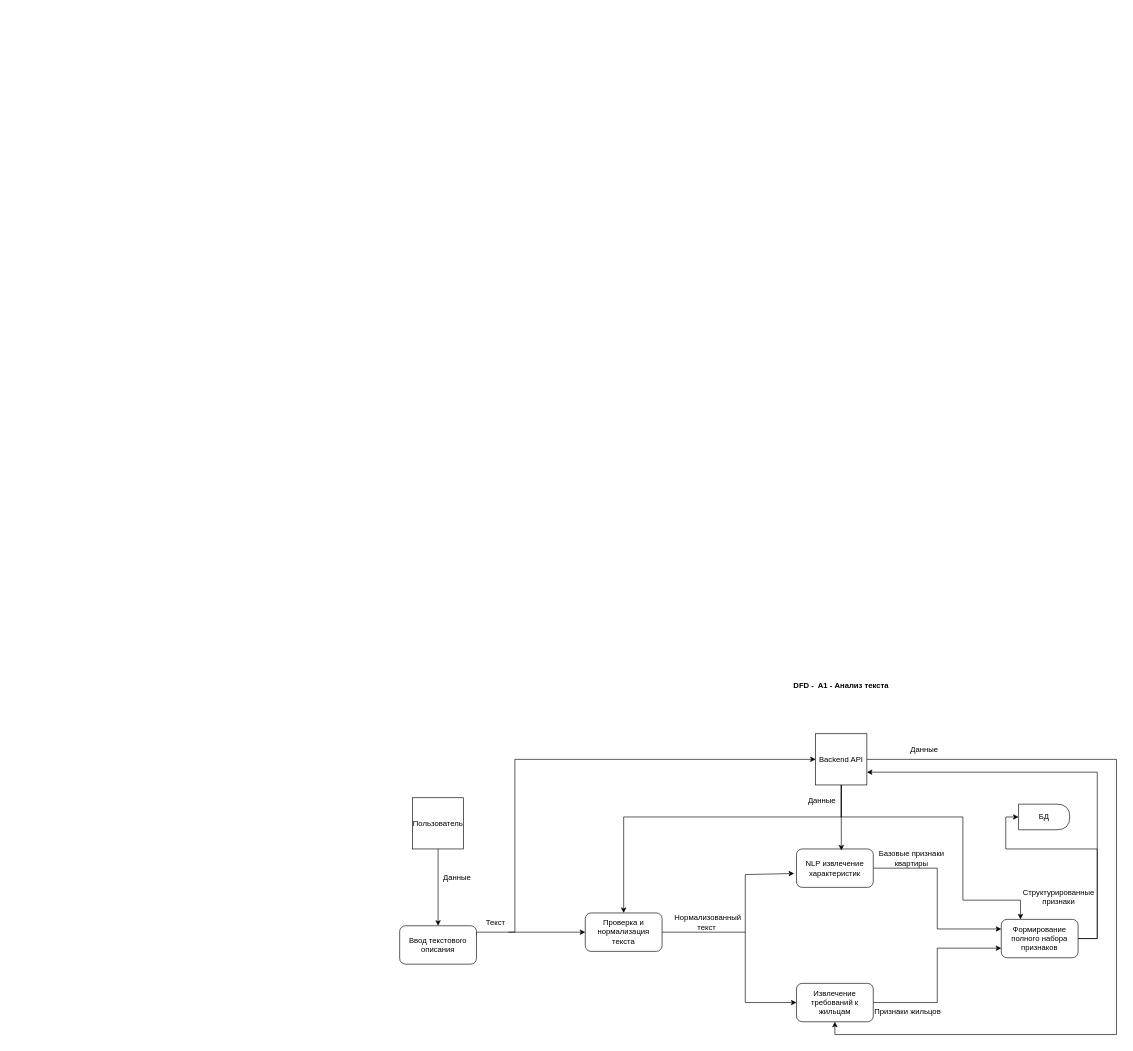
Above: src/diagrams/DFD/DFD_F1.drawio in HeadMaxResh/system-engineering-playbook (draw.io), before the change. Source tidied: cells renumbered, new cells numbered last; positions are measured from the earlier drawing's top-left corner, leaving out a move shared by most shapes. Both pictures are drawn from the tidied source at 64%, with x=0, y=0 at pixel (399, 676).
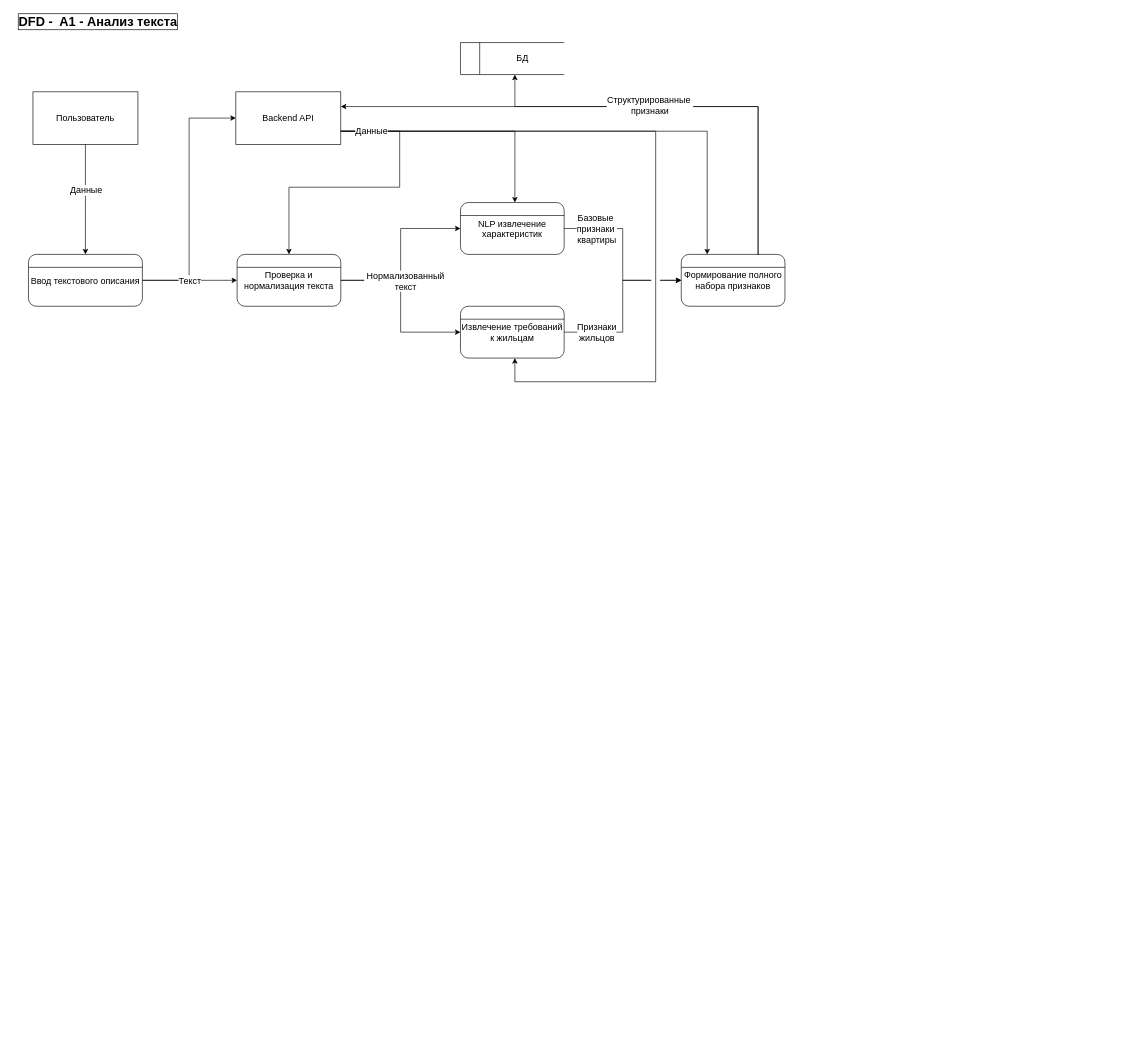
The same diagram, later.

Diff of the diagram source:
```diff
@@
+    <mxCell id="22" style="edgeStyle=orthogonalEdgeStyle;rounded=0;jettySize=auto;html=1;entryX=0;entryY=0.5;entryDx=0;entryDy=0;" parent="1" edge="1" source="23" target="20">
+      <mxGeometry relative="1" as="geometry" />
+    </mxCell>
+    <mxCell id="34" style="edgeStyle=orthogonalEdgeStyle;rounded=0;jettySize=auto;html=1;exitX=1;exitY=0.5;exitDx=0;exitDy=0;entryX=0;entryY=0.5;entryDx=0;entryDy=0;fontSize=14;" parent="1" edge="1" source="23" target="2">
+      <mxGeometry relative="1" as="geometry" />
+    </mxCell>
+    <mxCell id="26" value="Текст" style="edgeLabel;html=1;align=center;verticalAlign=middle;fontSize=14;" parent="34" vertex="1">
+      <mxGeometry x="-0.22" relative="1" as="geometry">
+        <mxPoint x="15" as="offset" />
+      </mxGeometry>
+    </mxCell>
+    <mxCell id="23" value="&lt;font style=&quot;font-size: 14px;&quot;&gt;Ввод текстового описания&lt;/font&gt;" style="rounded=1;whiteSpace=wrap;html=1;fillColor=none;fontSize=14;" parent="1" vertex="1">
+      <mxGeometry x="-580" y="-659" width="178" height="81" as="geometry" />
+    </mxCell>
+    <mxCell id="35" style="edgeStyle=orthogonalEdgeStyle;rounded=0;jettySize=auto;html=1;" parent="1" edge="1" source="2" target="4">
+      <mxGeometry relative="1" as="geometry" />
+    </mxCell>
+    <mxCell id="36" style="edgeStyle=orthogonalEdgeStyle;rounded=0;jettySize=auto;html=1;" parent="1" edge="1" source="2" target="10">
+      <mxGeometry relative="1" as="geometry" />
+    </mxCell>
+    <mxCell id="11" value="&lt;font style=&quot;font-size: 14px;&quot;&gt;&amp;nbsp;Нормализованный&amp;nbsp;&lt;/font&gt;&lt;div&gt;&lt;font style=&quot;font-size: 14px;&quot;&gt;текст&lt;/font&gt;&lt;/div&gt;" style="edgeLabel;html=1;align=center;verticalAlign=middle;" parent="36" vertex="1">
+      <mxGeometry x="-0.1" relative="1" as="geometry">
+        <mxPoint x="7" y="-27" as="offset" />
+      </mxGeometry>
+    </mxCell>
-    <mxCell id="2" value="Проверка и нормализация текста" style="rounded=1;whiteSpace=wrap;html=1;" parent="1" vertex="1">
-      <mxGeometry x="290" y="370" width="120" height="60" as="geometry" />
+    <mxCell id="2" value="Проверка и нормализация текста" style="rounded=1;whiteSpace=wrap;html=1;fillColor=none;fontSize=14;" parent="1" vertex="1">
+      <mxGeometry x="-254" y="-659" width="162" height="81" as="geometry" />
     </mxCell>
+    <mxCell id="13" style="edgeStyle=orthogonalEdgeStyle;rounded=0;jettySize=auto;html=1;" parent="1" edge="1" source="14" target="20">
+      <mxGeometry relative="1" as="geometry">
+        <Array as="points">
+          <mxPoint x="560" y="-890" />
+        </Array>
+      </mxGeometry>
+    </mxCell>
+    <mxCell id="12" style="edgeStyle=orthogonalEdgeStyle;rounded=0;jettySize=auto;html=1;exitX=0.75;exitY=0;exitDx=0;exitDy=0;" parent="1" edge="1" source="14" target="31">
+      <mxGeometry relative="1" as="geometry">
+        <Array as="points">
+          <mxPoint x="560" y="-659" />
+          <mxPoint x="560" y="-890" />
+          <mxPoint x="180" y="-890" />
+        </Array>
+      </mxGeometry>
+    </mxCell>
+    <mxCell id="32" value="&lt;font style=&quot;font-size: 14px;&quot;&gt;Структурированные&amp;nbsp;&lt;/font&gt;&lt;div&gt;&lt;font style=&quot;font-size: 14px;&quot;&gt;признаки&lt;/font&gt;&lt;/div&gt;" style="edgeLabel;html=1;align=center;verticalAlign=middle;" parent="12" vertex="1">
+      <mxGeometry x="-0.63" y="3" relative="1" as="geometry">
+        <mxPoint x="-167" y="-112" as="offset" />
+      </mxGeometry>
+    </mxCell>
+    <mxCell id="14" value="Формирование полного набора признаков" style="rounded=1;whiteSpace=wrap;html=1;fillColor=none;fontSize=14;" parent="1" vertex="1">
+      <mxGeometry x="440" y="-659" width="162" height="81" as="geometry" />
+    </mxCell>
+    <mxCell id="33" value="DFD -&amp;nbsp; A1 - Анализ текста" style="text;html=1;strokeColor=none;fillColor=none;align=center;verticalAlign=middle;whiteSpace=wrap;rounded=0;fontSize=20;fontStyle=1;labelBackgroundColor=none;labelBorderColor=default;spacingTop=1;" parent="1" vertex="1">
+      <mxGeometry x="-607" y="-1039" width="272" height="30" as="geometry" />
+    </mxCell>
+    <mxCell id="37" style="endArrow=none;html=1;rounded=0;fontSize=14;" parent="1" edge="1">
+      <mxGeometry relative="1" as="geometry">
+        <mxPoint x="95" y="-940" as="sourcePoint" />
+        <mxPoint x="95" y="-990" as="targetPoint" />
+      </mxGeometry>
+    </mxCell>
+    <mxCell id="38" style="endArrow=none;html=1;rounded=0;entryX=1;entryY=1;entryDx=0;entryDy=0;fontSize=14;" parent="1" edge="1" target="31">
+      <mxGeometry relative="1" as="geometry">
+        <mxPoint x="95" y="-940" as="sourcePoint" />
+      </mxGeometry>
+    </mxCell>
+    <mxCell id="39" style="endArrow=none;html=1;rounded=0;fontSize=14;" parent="1" edge="1">
+      <mxGeometry relative="1" as="geometry">
+        <mxPoint x="95" y="-990" as="sourcePoint" />
+        <mxPoint x="257" y="-990" as="targetPoint" />
+      </mxGeometry>
+    </mxCell>
+    <mxCell id="31" value="БД" style="text;html=1;strokeColor=none;fillColor=none;align=center;verticalAlign=middle;whiteSpace=wrap;rounded=0;fontSize=14;" parent="1" vertex="1">
+      <mxGeometry x="127" y="-990" width="130" height="50" as="geometry" />
+    </mxCell>
+    <mxCell id="40" style="endArrow=none;html=1;rounded=0;exitX=0;exitY=0.25;exitDx=0;exitDy=0;entryX=1;entryY=0.25;entryDx=0;entryDy=0;fontSize=14;" parent="1" edge="1" source="23" target="23">
+      <mxGeometry relative="1" as="geometry" />
+    </mxCell>
+    <mxCell id="41" style="endArrow=none;html=1;rounded=0;exitX=0;exitY=0.25;exitDx=0;exitDy=0;entryX=1;entryY=0.25;entryDx=0;entryDy=0;fontSize=14;" parent="1" edge="1" source="2" target="2">
+      <mxGeometry relative="1" as="geometry" />
+    </mxCell>
+    <mxCell id="42" style="endArrow=none;html=1;rounded=0;exitX=0;exitY=0.25;exitDx=0;exitDy=0;entryX=1;entryY=0.25;entryDx=0;entryDy=0;fontSize=14;" parent="1" edge="1" source="14" target="14">
+      <mxGeometry relative="1" as="geometry" />
+    </mxCell>
+    <mxCell id="43" style="edgeStyle=orthogonalEdgeStyle;rounded=0;jettySize=auto;html=1;entryX=0.5;entryY=0;entryDx=0;entryDy=0;exitX=0.5;exitY=1;exitDx=0;exitDy=0;fontSize=14;" parent="1" edge="1" source="21" target="23">
+      <mxGeometry relative="1" as="geometry">
+        <Array as="points">
+          <mxPoint x="-491" y="-720" />
+          <mxPoint x="-491" y="-720" />
+        </Array>
+      </mxGeometry>
+    </mxCell>
+    <mxCell id="21" value="Пользователь" style="rounded=0;whiteSpace=wrap;html=1;labelBackgroundColor=none;fillColor=none;fontSize=14;" parent="1" vertex="1">
+      <mxGeometry x="-573" y="-913" width="164" height="82" as="geometry" />
+    </mxCell>
+    <mxCell id="44" value="Данные" style="edgeLabel;html=1;align=center;verticalAlign=middle;fontSize=14;" parent="1" vertex="1">
+      <mxGeometry x="-491" y="-760" as="geometry" />
+    </mxCell>
+    <mxCell id="45" style="endArrow=none;html=1;rounded=0;fontSize=14;" parent="1" edge="1">
+      <mxGeometry relative="1" as="geometry">
+        <mxPoint x="125" y="-940" as="sourcePoint" />
+        <mxPoint x="125" y="-990" as="targetPoint" />
+      </mxGeometry>
+    </mxCell>
+    <mxCell id="28" style="edgeStyle=orthogonalEdgeStyle;rounded=0;jettySize=auto;html=1;exitX=1;exitY=0.75;exitDx=0;exitDy=0;" parent="1" edge="1" source="20" target="4">
+      <mxGeometry relative="1" as="geometry">
+        <Array as="points">
+          <mxPoint x="180" y="-851" />
+        </Array>
+      </mxGeometry>
+    </mxCell>
+    <mxCell id="19" style="edgeStyle=orthogonalEdgeStyle;rounded=0;jettySize=auto;html=1;exitX=1;exitY=0.75;exitDx=0;exitDy=0;entryX=0.25;entryY=0;entryDx=0;entryDy=0;" parent="1" edge="1" source="20" target="14">
+      <mxGeometry relative="1" as="geometry" />
+    </mxCell>
+    <mxCell id="18" style="edgeStyle=orthogonalEdgeStyle;rounded=0;jettySize=auto;html=1;exitX=1;exitY=0.75;exitDx=0;exitDy=0;jumpStyle=gap;jumpSize=14;" parent="1" edge="1" source="20" target="10">
+      <mxGeometry relative="1" as="geometry">
+        <Array as="points">
+          <mxPoint x="400" y="-851" />
+          <mxPoint x="400" y="-460" />
+          <mxPoint x="180" y="-460" />
+        </Array>
+      </mxGeometry>
+    </mxCell>
+    <mxCell id="17" style="edgeStyle=orthogonalEdgeStyle;rounded=0;jettySize=auto;html=1;exitX=1;exitY=0.75;exitDx=0;exitDy=0;entryX=0.5;entryY=0;entryDx=0;entryDy=0;" parent="1" edge="1" source="20" target="2">
+      <mxGeometry relative="1" as="geometry">
+        <Array as="points">
+          <mxPoint y="-851" />
+          <mxPoint y="-764" />
+          <mxPoint x="-173" y="-764" />
+        </Array>
+      </mxGeometry>
+    </mxCell>
+    <mxCell id="46" value="&lt;font style=&quot;font-size: 14px;&quot;&gt;Данные&lt;/font&gt;" style="edgeLabel;html=1;align=center;verticalAlign=middle;" parent="17" vertex="1">
+      <mxGeometry x="-0.82" y="1" relative="1" as="geometry">
+        <mxPoint x="6" as="offset" />
+      </mxGeometry>
+    </mxCell>
+    <mxCell id="20" value="Backend API" style="rounded=0;whiteSpace=wrap;html=1;labelBackgroundColor=none;fillColor=none;fontSize=14;" parent="1" vertex="1">
+      <mxGeometry x="-256" y="-913" width="164" height="82" as="geometry" />
+    </mxCell>
-    <mxCell id="3" style="edgeStyle=orthogonalEdgeStyle;rounded=0;jettySize=auto;html=1;exitX=1;exitY=0.5;exitDx=0;exitDy=0;entryX=0;entryY=0.25;entryDx=0;entryDy=0;" parent="1" edge="1" source="4" target="14">
+    <mxCell id="3" style="edgeStyle=orthogonalEdgeStyle;rounded=0;jettySize=auto;html=1;jumpStyle=gap;jumpSize=14;" parent="1" edge="1" source="4" target="14">
       <mxGeometry relative="1" as="geometry" />
     </mxCell>
+    <mxCell id="15" value="&lt;font style=&quot;font-size: 14px;&quot;&gt;Базовые&amp;nbsp;&lt;/font&gt;&lt;div&gt;&lt;font style=&quot;font-size: 14px;&quot;&gt;признаки&amp;nbsp;&lt;/font&gt;&lt;/div&gt;&lt;div&gt;&lt;font style=&quot;font-size: 14px;&quot;&gt;квартиры&lt;/font&gt;&lt;/div&gt;" style="edgeLabel;html=1;align=center;verticalAlign=middle;" parent="3" vertex="1">
+      <mxGeometry x="-0.49" relative="1" as="geometry">
+        <mxPoint x="-17" as="offset" />
+      </mxGeometry>
+    </mxCell>
-    <mxCell id="4" value="NLP извлечение характеристик" style="rounded=1;whiteSpace=wrap;html=1;" parent="1" vertex="1">
-      <mxGeometry x="620" y="270" width="120" height="60" as="geometry" />
+    <mxCell id="4" value="NLP извлечение характеристик" style="rounded=1;whiteSpace=wrap;html=1;fillColor=none;fontSize=14;" parent="1" vertex="1">
+      <mxGeometry x="95" y="-740" width="162" height="81" as="geometry" />
     </mxCell>
-    <mxCell id="5" style="endArrow=none;html=1;rounded=0;exitX=1;exitY=0.5;exitDx=0;exitDy=0;" parent="1" edge="1" source="2">
-      <mxGeometry relative="1" as="geometry">
-        <mxPoint x="540" y="400" as="targetPoint" />
-      </mxGeometry>
-    </mxCell>
-    <mxCell id="6" style="endArrow=none;html=1;rounded=0;" parent="1" edge="1">
-      <mxGeometry relative="1" as="geometry">
-        <mxPoint x="540" y="510" as="sourcePoint" />
-        <mxPoint x="540" y="310" as="targetPoint" />
-      </mxGeometry>
-    </mxCell>
-    <mxCell id="7" style="endArrow=classic;html=1;rounded=0;entryX=-0.03;entryY=0.639;entryDx=0;entryDy=0;entryPerimeter=0;" parent="1" edge="1" target="4">
-      <mxGeometry relative="1" as="geometry">
-        <mxPoint x="540" y="310" as="sourcePoint" />
-      </mxGeometry>
-    </mxCell>
-    <mxCell id="8" style="endArrow=classic;html=1;rounded=0;" parent="1" edge="1" target="10">
-      <mxGeometry relative="1" as="geometry">
-        <mxPoint x="540" y="510" as="sourcePoint" />
-      </mxGeometry>
-    </mxCell>
+    <mxCell id="47" style="endArrow=none;html=1;rounded=0;exitX=0;exitY=0.25;exitDx=0;exitDy=0;entryX=1;entryY=0.25;entryDx=0;entryDy=0;fontSize=14;" parent="1" edge="1" source="4" target="4">
+      <mxGeometry relative="1" as="geometry" />
+    </mxCell>
-    <mxCell id="9" style="edgeStyle=orthogonalEdgeStyle;rounded=0;jettySize=auto;html=1;exitX=1;exitY=0.5;exitDx=0;exitDy=0;entryX=0;entryY=0.75;entryDx=0;entryDy=0;" parent="1" edge="1" source="10" target="14">
+    <mxCell id="9" style="edgeStyle=orthogonalEdgeStyle;rounded=0;jettySize=auto;html=1;jumpStyle=gap;jumpSize=14;" parent="1" edge="1" source="10" target="14">
       <mxGeometry relative="1" as="geometry" />
     </mxCell>
+    <mxCell id="16" value="&lt;font style=&quot;font-size: 14px;&quot;&gt;Признаки&lt;/font&gt;&lt;div&gt;&lt;span style=&quot;font-size: 14px; background-color: light-dark(#ffffff, var(--ge-dark-color, #121212)); color: light-dark(rgb(0, 0, 0), rgb(255, 255, 255));&quot;&gt;жильцов&lt;/span&gt;&lt;/div&gt;" style="edgeLabel;html=1;align=center;verticalAlign=middle;" parent="9" vertex="1">
+      <mxGeometry x="-0.63" y="-3" relative="1" as="geometry">
+        <mxPoint x="1" y="-3" as="offset" />
+      </mxGeometry>
+    </mxCell>
-    <mxCell id="10" value="Извлечение требований к жильцам" style="rounded=1;whiteSpace=wrap;html=1;" parent="1" vertex="1">
-      <mxGeometry x="620" y="480" width="120" height="60" as="geometry" />
+    <mxCell id="10" value="Извлечение требований к жильцам" style="rounded=1;whiteSpace=wrap;html=1;fillColor=none;fontSize=14;" parent="1" vertex="1">
+      <mxGeometry x="95" y="-578" width="162" height="81" as="geometry" />
     </mxCell>
-    <mxCell id="11" value="&amp;nbsp;Нормализованный текст" style="text;html=1;whiteSpace=wrap;strokeColor=none;fillColor=none;align=center;verticalAlign=middle;rounded=0;" parent="1" vertex="1">
-      <mxGeometry x="450" y="370" width="60" height="30" as="geometry" />
-    </mxCell>
-    <mxCell id="12" style="edgeStyle=orthogonalEdgeStyle;rounded=0;jettySize=auto;html=1;entryX=0;entryY=0.5;entryDx=0;entryDy=0;" parent="1" edge="1" source="14" target="31">
-      <mxGeometry relative="1" as="geometry">
-        <Array as="points">
-          <mxPoint x="1090" y="410" />
-          <mxPoint x="1090" y="270" />
-          <mxPoint x="947" y="270" />
-          <mxPoint x="947" y="220" />
-        </Array>
-      </mxGeometry>
-    </mxCell>
-    <mxCell id="13" style="edgeStyle=orthogonalEdgeStyle;rounded=0;jettySize=auto;html=1;entryX=1;entryY=0.75;entryDx=0;entryDy=0;" parent="1" edge="1" source="14" target="20">
-      <mxGeometry relative="1" as="geometry">
-        <Array as="points">
-          <mxPoint x="1090" y="410" />
-          <mxPoint x="1090" y="150" />
-        </Array>
-      </mxGeometry>
-    </mxCell>
-    <mxCell id="14" value="Формирование полного набора признаков" style="rounded=1;whiteSpace=wrap;html=1;" parent="1" vertex="1">
-      <mxGeometry x="940" y="380" width="120" height="60" as="geometry" />
-    </mxCell>
-    <mxCell id="15" value="Базовые признаки квартиры" style="text;html=1;whiteSpace=wrap;strokeColor=none;fillColor=none;align=center;verticalAlign=middle;rounded=0;" parent="1" vertex="1">
-      <mxGeometry x="740" y="270" width="120" height="30" as="geometry" />
-    </mxCell>
-    <mxCell id="16" value="Признаки жильцов" style="text;whiteSpace=wrap;" parent="1" vertex="1">
-      <mxGeometry x="740" y="510" width="140" height="40" as="geometry" />
-    </mxCell>
-    <mxCell id="17" style="edgeStyle=orthogonalEdgeStyle;rounded=0;jettySize=auto;html=1;exitX=0.5;exitY=1;exitDx=0;exitDy=0;entryX=0.5;entryY=0;entryDx=0;entryDy=0;" parent="1" edge="1" source="20" target="2">
-      <mxGeometry relative="1" as="geometry">
-        <Array as="points">
-          <mxPoint x="690" y="220" />
-          <mxPoint x="350" y="220" />
-        </Array>
-      </mxGeometry>
-    </mxCell>
-    <mxCell id="18" style="edgeStyle=orthogonalEdgeStyle;rounded=0;jettySize=auto;html=1;entryX=0.5;entryY=1;entryDx=0;entryDy=0;exitX=1;exitY=0.5;exitDx=0;exitDy=0;" parent="1" edge="1" source="20" target="10">
-      <mxGeometry relative="1" as="geometry">
-        <Array as="points">
-          <mxPoint x="1120" y="130" />
-          <mxPoint x="1120" y="560" />
-          <mxPoint x="680" y="560" />
-        </Array>
-      </mxGeometry>
-    </mxCell>
-    <mxCell id="19" style="edgeStyle=orthogonalEdgeStyle;rounded=0;jettySize=auto;html=1;entryX=0.25;entryY=0;entryDx=0;entryDy=0;" parent="1" edge="1" source="20" target="14">
-      <mxGeometry relative="1" as="geometry">
-        <Array as="points">
-          <mxPoint x="690" y="220" />
-          <mxPoint x="880" y="220" />
-          <mxPoint x="880" y="350" />
-          <mxPoint x="970" y="350" />
-        </Array>
-      </mxGeometry>
-    </mxCell>
-    <mxCell id="20" value="Backend API" style="whiteSpace=wrap;html=1;" parent="1" vertex="1">
-      <mxGeometry x="650" y="90" width="80" height="80" as="geometry" />
-    </mxCell>
-    <mxCell id="21" value="Пользователь" style="whiteSpace=wrap;html=1;" parent="1" vertex="1">
-      <mxGeometry x="20" y="190" width="80" height="80" as="geometry" />
-    </mxCell>
-    <mxCell id="22" style="edgeStyle=orthogonalEdgeStyle;rounded=0;jettySize=auto;html=1;exitX=1;exitY=0.25;exitDx=0;exitDy=0;entryX=0;entryY=0.5;entryDx=0;entryDy=0;" parent="1" edge="1" source="23" target="20">
-      <mxGeometry relative="1" as="geometry">
-        <Array as="points">
-          <mxPoint x="120" y="400" />
-          <mxPoint x="180" y="400" />
-          <mxPoint x="180" y="130" />
-        </Array>
-      </mxGeometry>
-    </mxCell>
-    <mxCell id="23" value="Ввод текстового описания" style="rounded=1;whiteSpace=wrap;html=1;" parent="1" vertex="1">
-      <mxGeometry y="390" width="120" height="60" as="geometry" />
-    </mxCell>
-    <mxCell id="24" style="endArrow=classic;html=1;rounded=0;exitX=0.5;exitY=1;exitDx=0;exitDy=0;entryX=0.5;entryY=0;entryDx=0;entryDy=0;" parent="1" edge="1" source="21">
-      <mxGeometry relative="1" as="geometry">
-        <mxPoint x="60" y="390" as="targetPoint" />
-      </mxGeometry>
-    </mxCell>
-    <mxCell id="25" value="Данные" style="text;html=1;whiteSpace=wrap;strokeColor=none;fillColor=none;align=center;verticalAlign=middle;rounded=0;" parent="1" vertex="1">
-      <mxGeometry x="60" y="300" width="60" height="30" as="geometry" />
-    </mxCell>
-    <mxCell id="26" value="Текст" style="text;html=1;whiteSpace=wrap;strokeColor=none;fillColor=none;align=center;verticalAlign=middle;rounded=0;" parent="1" vertex="1">
-      <mxGeometry x="120" y="370" width="60" height="30" as="geometry" />
-    </mxCell>
-    <mxCell id="27" style="endArrow=classic;html=1;rounded=0;entryX=0;entryY=0.5;entryDx=0;entryDy=0;" parent="1" edge="1" target="2">
-      <mxGeometry relative="1" as="geometry">
-        <mxPoint x="170" y="400" as="sourcePoint" />
-      </mxGeometry>
-    </mxCell>
-    <mxCell id="28" style="edgeStyle=orthogonalEdgeStyle;rounded=0;jettySize=auto;html=1;entryX=0.584;entryY=0.04;entryDx=0;entryDy=0;entryPerimeter=0;" parent="1" edge="1" source="20" target="4">
-      <mxGeometry relative="1" as="geometry" />
-    </mxCell>
-    <mxCell id="29" value="Данные" style="text;html=1;whiteSpace=wrap;strokeColor=none;fillColor=none;align=center;verticalAlign=middle;rounded=0;" parent="1" vertex="1">
-      <mxGeometry x="630" y="180" width="60" height="30" as="geometry" />
-    </mxCell>
-    <mxCell id="30" value="Данные" style="text;html=1;whiteSpace=wrap;strokeColor=none;fillColor=none;align=center;verticalAlign=middle;rounded=0;" parent="1" vertex="1">
-      <mxGeometry x="790" y="100" width="60" height="30" as="geometry" />
-    </mxCell>
-    <mxCell id="31" value="БД" style="shape=delay;whiteSpace=wrap;html=1;" parent="1" vertex="1">
-      <mxGeometry x="967" y="200" width="80" height="40" as="geometry" />
-    </mxCell>
-    <mxCell id="32" value="Структурированные признаки" style="text;html=1;whiteSpace=wrap;strokeColor=none;fillColor=none;align=center;verticalAlign=middle;rounded=0;" parent="1" vertex="1">
-      <mxGeometry x="970" y="330" width="120" height="30" as="geometry" />
-    </mxCell>
-    <mxCell id="33" value="&lt;b&gt;DFD -&amp;nbsp; A1 - Анализ текста&lt;/b&gt;" style="text;html=1;whiteSpace=wrap;strokeColor=none;fillColor=none;align=center;verticalAlign=middle;rounded=0;" parent="1" vertex="1">
-      <mxGeometry x="570" width="240" height="30" as="geometry" />
-    </mxCell>
+    <mxCell id="48" style="endArrow=none;html=1;rounded=0;exitX=0;exitY=0.25;exitDx=0;exitDy=0;entryX=1;entryY=0.25;entryDx=0;entryDy=0;fontSize=14;" parent="1" edge="1" source="10" target="10">
+      <mxGeometry relative="1" as="geometry" />
+    </mxCell>
```
